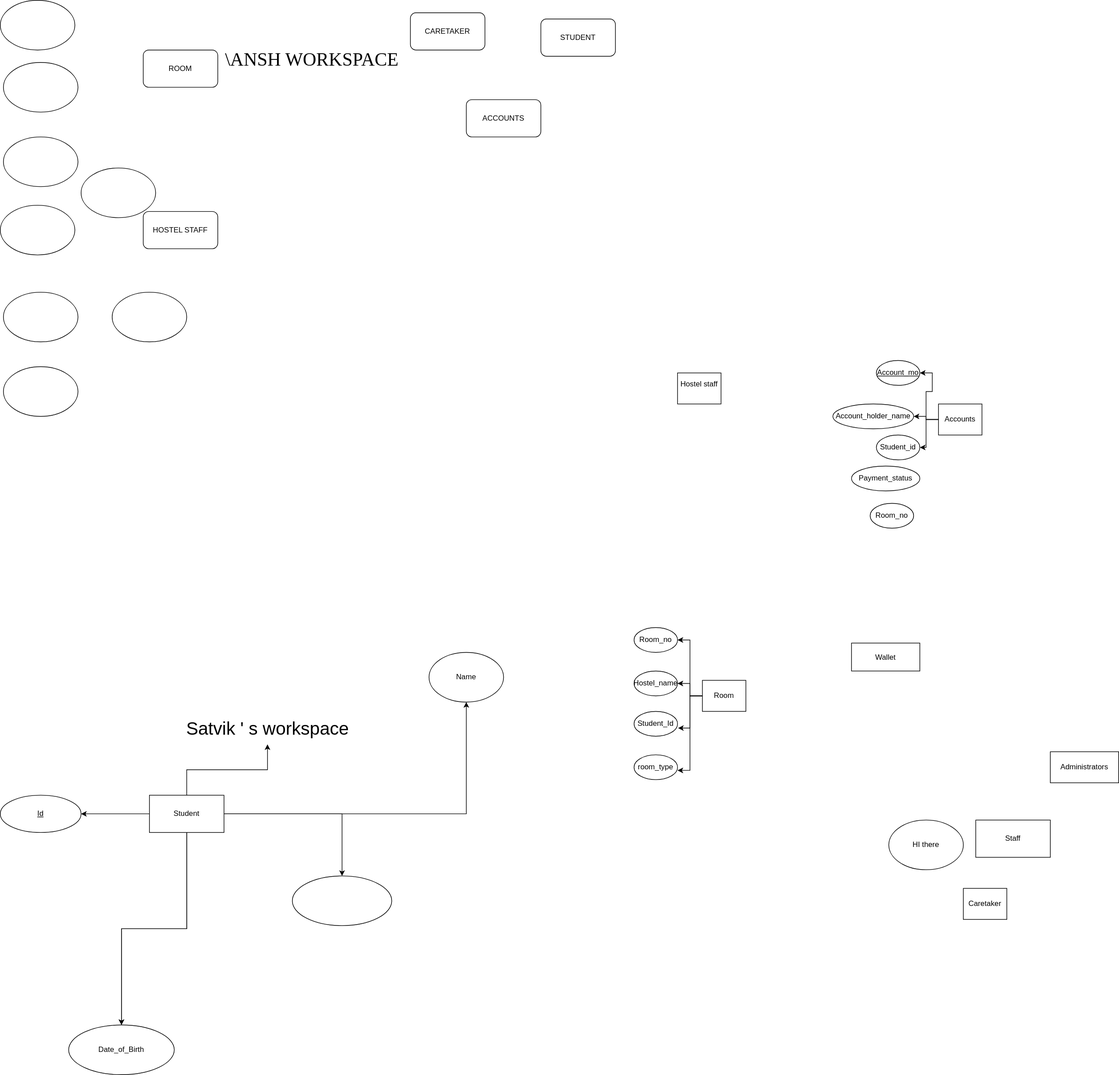
Above: hostel_management.drawio.svg in Zeven100/hostel_management (draw.io), before the change. Source tidied: cells renumbered, new cells last; positions are measured from the earlier drawing's top-left corner, leaving out a move shared by most shapes.
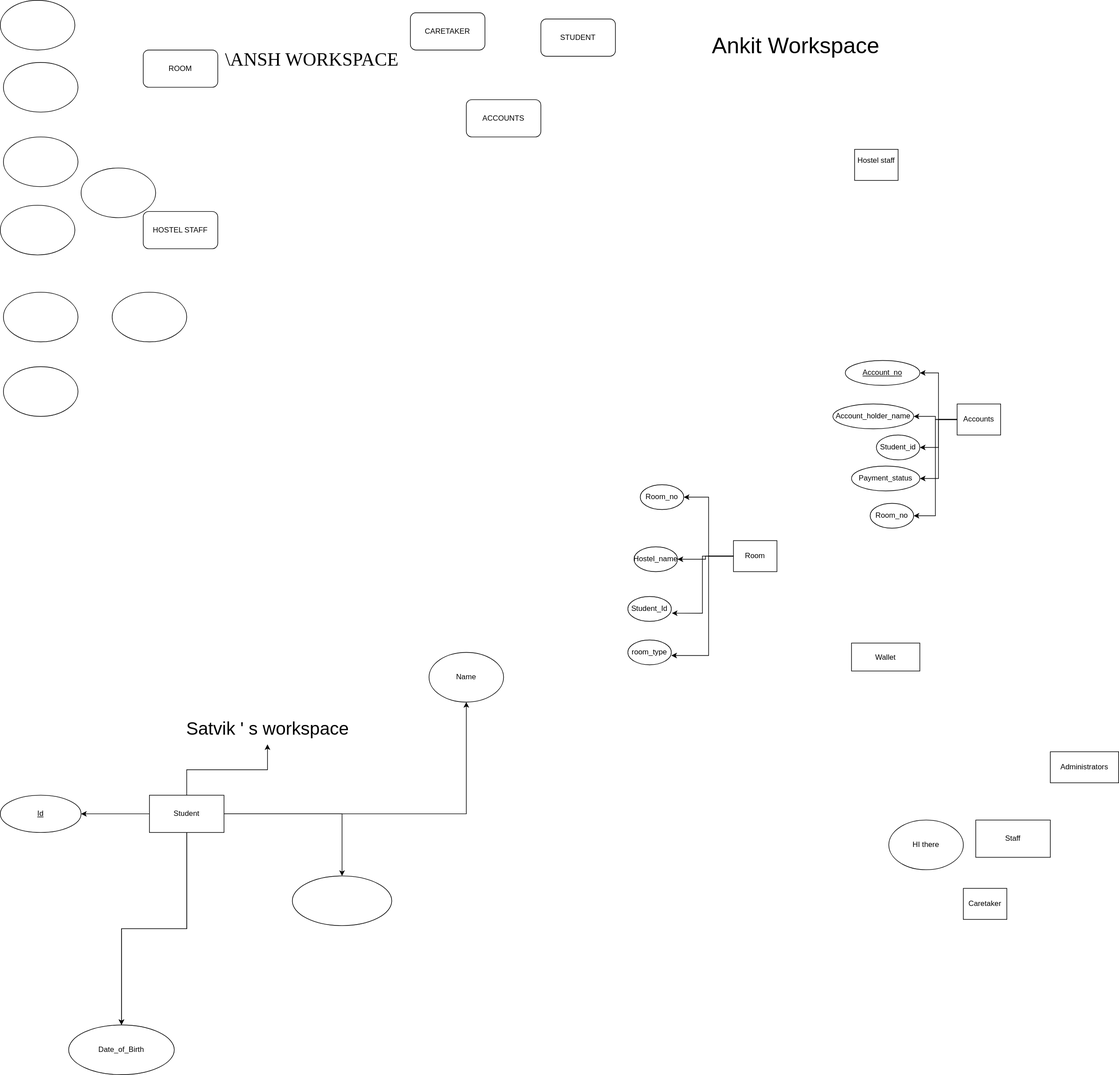
After the commit.

Change to the diagram source:
```diff
@@ -3,7 +3,7 @@
     <mxCell id="0" />
     <mxCell id="1" parent="0" />
     <mxCell id="2" value="Hostel staff&lt;div&gt;&lt;br&gt;&lt;/div&gt;" style="rounded=0;whiteSpace=wrap;html=1;" parent="1" vertex="1">
-      <mxGeometry x="1090" y="600" width="70" height="50" as="geometry" />
+      <mxGeometry x="1375" y="240" width="70" height="50" as="geometry" />
     </mxCell>
     <mxCell id="3" style="edgeStyle=orthogonalEdgeStyle;rounded=0;jettySize=auto;html=1;entryX=1;entryY=0.5;entryDx=0;entryDy=0;" parent="1" edge="1" source="6" target="30">
       <mxGeometry relative="1" as="geometry" />
@@ -14,8 +14,14 @@
     <mxCell id="5" style="edgeStyle=orthogonalEdgeStyle;rounded=0;jettySize=auto;html=1;entryX=1;entryY=0.5;entryDx=0;entryDy=0;" parent="1" edge="1" source="6" target="37">
       <mxGeometry relative="1" as="geometry" />
     </mxCell>
+    <mxCell id="52" style="edgeStyle=orthogonalEdgeStyle;rounded=0;jettySize=auto;html=1;entryX=1;entryY=0.5;entryDx=0;entryDy=0;" parent="1" edge="1" source="6" target="39">
+      <mxGeometry relative="1" as="geometry" />
+    </mxCell>
+    <mxCell id="53" style="edgeStyle=orthogonalEdgeStyle;rounded=0;jettySize=auto;html=1;entryX=1;entryY=0.5;entryDx=0;entryDy=0;" parent="1" edge="1" source="6" target="44">
+      <mxGeometry relative="1" as="geometry" />
+    </mxCell>
     <mxCell id="6" value="Accounts" style="rounded=0;whiteSpace=wrap;html=1;" parent="1" vertex="1">
-      <mxGeometry x="1510" y="650" width="70" height="50" as="geometry" />
+      <mxGeometry x="1540" y="650" width="70" height="50" as="geometry" />
     </mxCell>
     <mxCell id="7" value="Caretaker" style="rounded=0;whiteSpace=wrap;html=1;" parent="1" vertex="1">
       <mxGeometry x="1550" y="1430" width="70" height="50" as="geometry" />
@@ -27,7 +33,7 @@
       <mxGeometry relative="1" as="geometry" />
     </mxCell>
     <mxCell id="10" value="Room" style="rounded=0;whiteSpace=wrap;html=1;" parent="1" vertex="1">
-      <mxGeometry x="1130" y="1095" width="70" height="50" as="geometry" />
+      <mxGeometry x="1180" y="870" width="70" height="50" as="geometry" />
     </mxCell>
     <mxCell id="11" value="Administrators" style="rounded=0;whiteSpace=wrap;html=1;" parent="1" vertex="1">
       <mxGeometry x="1690" y="1210" width="110" height="50" as="geometry" />
@@ -39,25 +45,25 @@
       <mxGeometry x="1430" y="1320" width="120" height="80" as="geometry" />
     </mxCell>
     <mxCell id="14" value="Hostel_name" style="ellipse;whiteSpace=wrap;html=1;" parent="1" vertex="1">
-      <mxGeometry x="1020" y="1080" width="70" height="40" as="geometry" />
+      <mxGeometry x="1020" y="880" width="70" height="40" as="geometry" />
     </mxCell>
     <mxCell id="15" value="&lt;font style=&quot;font-size: 29px;&quot;&gt;Satvik ' s workspace&lt;/font&gt;" style="text;html=1;align=center;verticalAlign=middle;points=[];strokeColor=none;fillColor=none;" parent="1" vertex="1">
       <mxGeometry x="285" y="1148" width="290" height="50" as="geometry" />
     </mxCell>
     <mxCell id="16" value="Student_Id" style="ellipse;whiteSpace=wrap;html=1;" parent="1" vertex="1">
-      <mxGeometry x="1020" y="1145" width="70" height="40" as="geometry" />
+      <mxGeometry x="1010" y="960" width="70" height="40" as="geometry" />
     </mxCell>
     <mxCell id="17" style="edgeStyle=orthogonalEdgeStyle;rounded=0;jettySize=auto;html=1;" parent="1" edge="1" source="25" target="27">
       <mxGeometry relative="1" as="geometry" />
     </mxCell>
     <mxCell id="18" value="room_type" style="ellipse;whiteSpace=wrap;html=1;" parent="1" vertex="1">
-      <mxGeometry x="1020" y="1215" width="70" height="40" as="geometry" />
+      <mxGeometry x="1010" y="1030" width="70" height="40" as="geometry" />
     </mxCell>
     <mxCell id="19" style="edgeStyle=orthogonalEdgeStyle;rounded=0;jettySize=auto;html=1;" parent="1" edge="1" source="25" target="29">
       <mxGeometry relative="1" as="geometry" />
     </mxCell>
     <mxCell id="20" value="Room_no" style="ellipse;whiteSpace=wrap;html=1;" parent="1" vertex="1">
-      <mxGeometry x="1020" y="1010" width="70" height="40" as="geometry" />
+      <mxGeometry x="1030" y="780" width="70" height="40" as="geometry" />
     </mxCell>
     <mxCell id="21" style="edgeStyle=orthogonalEdgeStyle;rounded=0;jettySize=auto;html=1;" parent="1" edge="1" source="25" target="32">
       <mxGeometry relative="1" as="geometry" />
@@ -81,13 +87,18 @@
       <mxGeometry x="690" y="1050" width="120" height="80" as="geometry" />
     </mxCell>
     <mxCell id="28" style="edgeStyle=orthogonalEdgeStyle;rounded=0;jettySize=auto;html=1;entryX=1;entryY=0.625;entryDx=0;entryDy=0;entryPerimeter=0;" parent="1" edge="1" source="10" target="18">
-      <mxGeometry relative="1" as="geometry" />
+      <mxGeometry relative="1" as="geometry">
+        <Array as="points">
+          <mxPoint x="1140" y="895" />
+          <mxPoint x="1140" y="1055" />
+        </Array>
+      </mxGeometry>
     </mxCell>
     <mxCell id="29" value="&lt;u&gt;Id&lt;/u&gt;" style="ellipse;whiteSpace=wrap;html=1;rounded=0;" parent="1" vertex="1">
       <mxGeometry y="1280" width="130" height="60" as="geometry" />
     </mxCell>
-    <mxCell id="30" value="&lt;u&gt;Account_mo&lt;/u&gt;" style="ellipse;whiteSpace=wrap;html=1;" parent="1" vertex="1">
-      <mxGeometry x="1410" y="580" width="70" height="40" as="geometry" />
+    <mxCell id="30" value="&lt;u&gt;Account_no&lt;/u&gt;" style="ellipse;whiteSpace=wrap;html=1;" parent="1" vertex="1">
+      <mxGeometry x="1360" y="580" width="120" height="40" as="geometry" />
     </mxCell>
     <mxCell id="31" value="\ANSH WORKSPACE&amp;nbsp;" style="text;html=1;align=center;verticalAlign=middle;strokeColor=none;fillColor=none;fontSize=30;fontFamily=Lucida Console;" parent="1" vertex="1">
       <mxGeometry x="350" y="70" width="310" height="50" as="geometry" />
@@ -131,6 +142,9 @@
     <mxCell id="44" value="Room_no" style="ellipse;whiteSpace=wrap;html=1;" parent="1" vertex="1">
       <mxGeometry x="1400" y="810" width="70" height="40" as="geometry" />
     </mxCell>
+    <mxCell id="54" value="&lt;font style=&quot;font-size: 36px;&quot;&gt;Ankit Workspace&lt;/font&gt;" style="text;html=1;align=center;verticalAlign=middle;strokeColor=none;fillColor=none;" parent="1" vertex="1">
+      <mxGeometry x="1135" y="43" width="290" height="60" as="geometry" />
+    </mxCell>
     <mxCell id="45" style="ellipse;whiteSpace=wrap;html=1;" parent="1" vertex="1">
       <mxGeometry x="130" y="270" width="120" height="80" as="geometry" />
     </mxCell>
```
